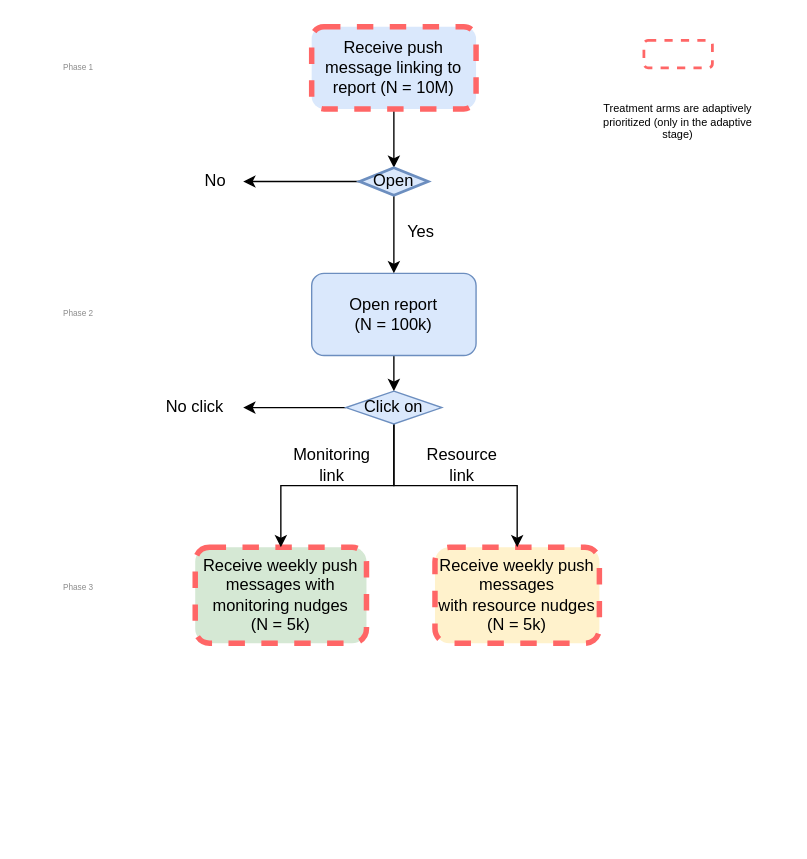
Earlier version of the draw.io diagram parent_nudge_stages.drawio (henrishi/drawio). Source tidied: cells renumbered, new cells numbered last; positions are measured from the earlier drawing's top-left corner, leaving out a move shared by most shapes. Both pictures are drawn from the tidied source at 137%, with x=0, y=0 at pixel (37, 26).
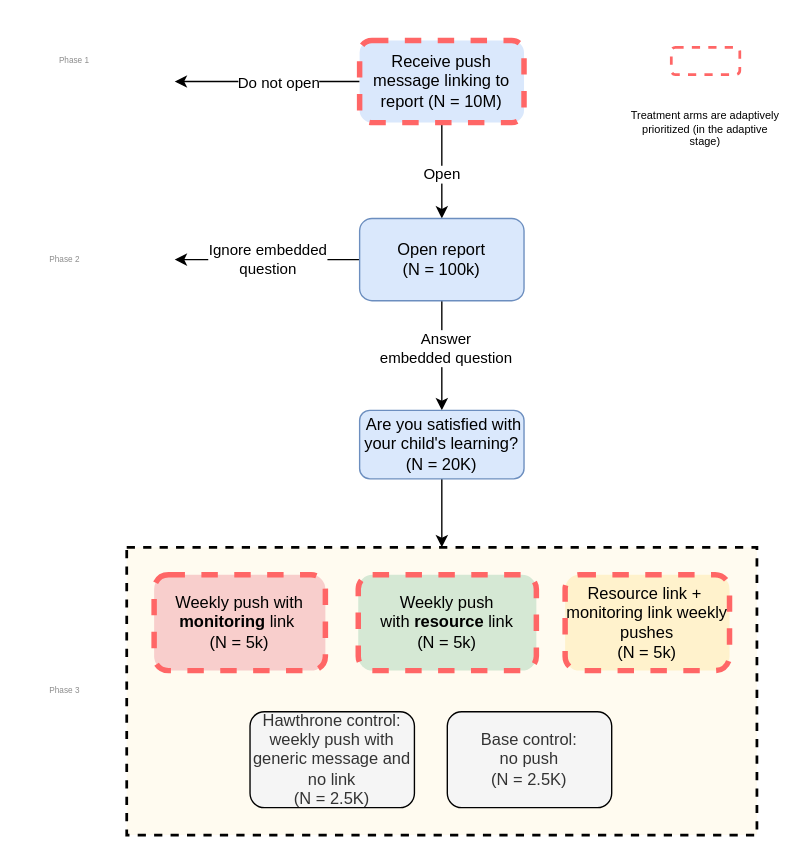
After the change.

What changed in the source:
```diff
@@
-    <mxCell id="2" style="edgeStyle=orthogonalEdgeStyle;rounded=0;jettySize=auto;html=1;exitX=0.5;exitY=1;exitDx=0;exitDy=0;entryX=0.5;entryY=0;entryDx=0;entryDy=0;entryPerimeter=0;" parent="1" edge="1" source="3" target="9">
-      <mxGeometry relative="1" as="geometry" />
-    </mxCell>
+    <mxCell id="25" style="edgeStyle=orthogonalEdgeStyle;rounded=0;jettySize=auto;html=1;entryX=0.5;entryY=0;entryDx=0;entryDy=0;" parent="1" edge="1" source="3" target="5">
+      <mxGeometry relative="1" as="geometry" />
+    </mxCell>
+    <mxCell id="9" value="Open" style="edgeLabel;html=1;align=center;verticalAlign=middle;points=[];" parent="25" vertex="1">
+      <mxGeometry x="0.06" y="-1" relative="1" as="geometry" />
+    </mxCell>
+    <mxCell id="26" style="edgeStyle=orthogonalEdgeStyle;rounded=0;jettySize=auto;html=1;" parent="1" edge="1" source="3">
+      <mxGeometry relative="1" as="geometry">
+        <mxPoint x="100" y="40" as="targetPoint" />
+      </mxGeometry>
+    </mxCell>
+    <mxCell id="27" value="Do not open" style="edgeLabel;html=1;align=center;verticalAlign=middle;" parent="26" vertex="1">
+      <mxGeometry x="-0.12" relative="1" as="geometry" />
+    </mxCell>
     <mxCell id="3" value="Receive push message linking to report (N = 10M)" style="rounded=1;whiteSpace=wrap;html=1;fillColor=#dae8fc;dashed=1;strokeColor=#FF6666;strokeWidth=4;" parent="1" vertex="1">
-      <mxGeometry x="200" width="120" height="60" as="geometry" />
+      <mxGeometry x="235" y="10" width="120" height="60" as="geometry" />
     </mxCell>
-    <mxCell id="4" style="edgeStyle=orthogonalEdgeStyle;rounded=0;jettySize=auto;html=1;exitX=0.5;exitY=1;exitDx=0;exitDy=0;entryX=0.5;entryY=0;entryDx=0;entryDy=0;" parent="1" edge="1" source="5" target="16">
+    <mxCell id="4" style="edgeStyle=orthogonalEdgeStyle;rounded=0;jettySize=auto;html=1;exitX=0.5;exitY=1;exitDx=0;exitDy=0;entryX=0.5;entryY=0;entryDx=0;entryDy=0;" parent="1" edge="1" source="5" target="31">
       <mxGeometry relative="1" as="geometry" />
     </mxCell>
+    <mxCell id="28" value="Answer &lt;br&gt;embedded question" style="edgeLabel;html=1;align=center;verticalAlign=middle;" parent="4" vertex="1">
+      <mxGeometry x="-0.15" y="2" relative="1" as="geometry" />
+    </mxCell>
+    <mxCell id="29" value="Ignore embedded&lt;br&gt;question" style="edgeStyle=orthogonalEdgeStyle;rounded=0;jettySize=auto;html=1;" parent="1" edge="1" source="5">
+      <mxGeometry relative="1" as="geometry">
+        <mxPoint x="100" y="170" as="targetPoint" />
+      </mxGeometry>
+    </mxCell>
     <mxCell id="5" value="Open report&lt;br&gt;(N = 100k)" style="rounded=1;whiteSpace=wrap;html=1;fillColor=#dae8fc;strokeColor=#6c8ebf;" parent="1" vertex="1">
-      <mxGeometry x="200" y="180" width="120" height="60" as="geometry" />
+      <mxGeometry x="235" y="140" width="120" height="60" as="geometry" />
     </mxCell>
-    <mxCell id="6" value="Receive weekly push messages with monitoring nudges &lt;br&gt;(N = 5k)" style="rounded=1;whiteSpace=wrap;html=1;fillColor=#d5e8d4;strokeColor=#FF6666;dashed=1;strokeWidth=4;" parent="1" vertex="1">
-      <mxGeometry x="115" y="380" width="125" height="70" as="geometry" />
-    </mxCell>
-    <mxCell id="7" style="edgeStyle=orthogonalEdgeStyle;rounded=0;jettySize=auto;html=1;exitX=0;exitY=0.5;exitDx=0;exitDy=0;exitPerimeter=0;" parent="1" edge="1" source="9" target="10">
-      <mxGeometry relative="1" as="geometry" />
-    </mxCell>
-    <mxCell id="8" style="edgeStyle=orthogonalEdgeStyle;rounded=0;jettySize=auto;html=1;exitX=0.5;exitY=1;exitDx=0;exitDy=0;exitPerimeter=0;" parent="1" edge="1" source="9" target="5">
-      <mxGeometry relative="1" as="geometry" />
-    </mxCell>
-    <mxCell id="9" value="Open" style="strokeWidth=2;html=1;shape=mxgraph.flowchart.decision;whiteSpace=wrap;fillColor=#dae8fc;strokeColor=#6c8ebf;" parent="1" vertex="1">
-      <mxGeometry x="235" y="103" width="50" height="20" as="geometry" />
-    </mxCell>
-    <mxCell id="10" value="No" style="text;html=1;strokeColor=none;fillColor=none;align=center;verticalAlign=middle;whiteSpace=wrap;rounded=0;" parent="1" vertex="1">
-      <mxGeometry x="110" y="103" width="40" height="20" as="geometry" />
-    </mxCell>
-    <mxCell id="11" value="Yes" style="text;html=1;strokeColor=none;fillColor=none;align=center;verticalAlign=middle;whiteSpace=wrap;rounded=0;" parent="1" vertex="1">
-      <mxGeometry x="260" y="140" width="40" height="20" as="geometry" />
-    </mxCell>
-    <mxCell id="12" value="Receive weekly push messages&lt;br&gt;with resource nudges&lt;br&gt;(N = 5k)" style="rounded=1;whiteSpace=wrap;html=1;fillColor=#fff2cc;strokeColor=#FF6666;dashed=1;strokeWidth=4;" parent="1" vertex="1">
-      <mxGeometry x="290" y="380" width="120" height="70" as="geometry" />
-    </mxCell>
-    <mxCell id="13" style="edgeStyle=orthogonalEdgeStyle;rounded=0;jettySize=auto;html=1;exitX=0.5;exitY=1;exitDx=0;exitDy=0;entryX=0.5;entryY=0;entryDx=0;entryDy=0;" parent="1" edge="1" source="16" target="6">
-      <mxGeometry relative="1" as="geometry" />
-    </mxCell>
-    <mxCell id="14" style="edgeStyle=orthogonalEdgeStyle;rounded=0;jettySize=auto;html=1;exitX=0.5;exitY=1;exitDx=0;exitDy=0;entryX=0.5;entryY=0;entryDx=0;entryDy=0;" parent="1" edge="1" source="16" target="12">
-      <mxGeometry relative="1" as="geometry" />
-    </mxCell>
-    <mxCell id="15" style="edgeStyle=orthogonalEdgeStyle;rounded=0;jettySize=auto;html=1;exitX=0;exitY=0.5;exitDx=0;exitDy=0;entryX=1;entryY=0.5;entryDx=0;entryDy=0;" parent="1" edge="1" source="16" target="19">
-      <mxGeometry relative="1" as="geometry" />
-    </mxCell>
-    <mxCell id="16" value="Click on" style="rhombus;whiteSpace=wrap;html=1;fillColor=#dae8fc;strokeColor=#6c8ebf;" parent="1" vertex="1">
-      <mxGeometry x="225" y="266" width="70" height="24" as="geometry" />
-    </mxCell>
-    <mxCell id="17" value="Monitoring link" style="text;html=1;strokeColor=none;fillColor=none;align=center;verticalAlign=middle;whiteSpace=wrap;rounded=0;" parent="1" vertex="1">
-      <mxGeometry x="195" y="310" width="40" height="20" as="geometry" />
-    </mxCell>
-    <mxCell id="18" value="Resource link" style="text;html=1;strokeColor=none;fillColor=none;align=center;verticalAlign=middle;whiteSpace=wrap;rounded=0;" parent="1" vertex="1">
-      <mxGeometry x="290" y="310" width="40" height="20" as="geometry" />
-    </mxCell>
-    <mxCell id="19" value="No click" style="text;html=1;strokeColor=none;fillColor=none;align=center;verticalAlign=middle;whiteSpace=wrap;rounded=0;" parent="1" vertex="1">
-      <mxGeometry x="80" y="268" width="70" height="20" as="geometry" />
-    </mxCell>
     <mxCell id="20" style="rounded=1;whiteSpace=wrap;html=1;dashed=1;strokeColor=#FF6666;strokeWidth=2;" parent="1" vertex="1">
-      <mxGeometry x="442.5" y="10" width="50" height="20" as="geometry" />
+      <mxGeometry x="462.5" y="15" width="50" height="20" as="geometry" />
     </mxCell>
-    <mxCell id="21" value="&lt;font style=&quot;font-size: 8px&quot;&gt;Treatment arms are adaptively prioritized (only in the adaptive stage)&lt;/font&gt;" style="text;html=1;strokeColor=none;fillColor=none;align=center;verticalAlign=middle;whiteSpace=wrap;rounded=0;dashed=1;fontSize=6;" parent="1" vertex="1">
-      <mxGeometry x="410" y="60" width="115" height="20" as="geometry" />
+    <mxCell id="21" value="&lt;font style=&quot;font-size: 8px&quot;&gt;Treatment arms are adaptively prioritized (in the adaptive stage)&lt;/font&gt;" style="text;html=1;strokeColor=none;fillColor=none;align=center;verticalAlign=middle;whiteSpace=wrap;rounded=0;dashed=1;fontSize=6;" parent="1" vertex="1">
+      <mxGeometry x="430" y="65" width="115" height="20" as="geometry" />
     </mxCell>
     <mxCell id="22" value="Phase 1" style="text;html=1;strokeColor=none;fillColor=none;align=center;verticalAlign=middle;whiteSpace=wrap;rounded=0;dashed=1;fontSize=6;fontColor=#8C8C8C;" parent="1" vertex="1">
-      <mxGeometry y="20" width="60" height="20" as="geometry" />
+      <mxGeometry x="-3" y="15" width="60" height="20" as="geometry" />
     </mxCell>
     <mxCell id="23" value="Phase 2" style="text;html=1;strokeColor=none;fillColor=none;align=center;verticalAlign=middle;whiteSpace=wrap;rounded=0;dashed=1;fontSize=6;fontColor=#8C8C8C;" parent="1" vertex="1">
-      <mxGeometry y="200" width="60" height="20" as="geometry" />
+      <mxGeometry x="-10" y="160" width="60" height="20" as="geometry" />
     </mxCell>
     <mxCell id="24" value="Phase 3" style="text;html=1;strokeColor=none;fillColor=none;align=center;verticalAlign=middle;whiteSpace=wrap;rounded=0;dashed=1;fontSize=6;fontColor=#8C8C8C;" parent="1" vertex="1">
-      <mxGeometry y="400" width="60" height="20" as="geometry" />
+      <mxGeometry x="-10" y="475" width="60" height="20" as="geometry" />
     </mxCell>
+    <mxCell id="30" style="edgeStyle=orthogonalEdgeStyle;rounded=0;jettySize=auto;html=1;exitX=0.5;exitY=1;exitDx=0;exitDy=0;entryX=0.5;entryY=0;entryDx=0;entryDy=0;" parent="1" edge="1" source="31" target="33">
+      <mxGeometry relative="1" as="geometry" />
+    </mxCell>
+    <mxCell id="31" value="&lt;span&gt;&amp;nbsp;Are you satisfied with your child's learning? (N = 20K)&lt;/span&gt;" style="rounded=1;whiteSpace=wrap;html=1;fillColor=#dae8fc;strokeColor=#6c8ebf;" parent="1" vertex="1">
+      <mxGeometry x="235" y="280" width="120" height="50" as="geometry" />
+    </mxCell>
+    <mxCell id="32" style="group;" parent="1" vertex="1">
+      <mxGeometry x="65" y="380" width="460" height="210" as="geometry" />
+    </mxCell>
+    <mxCell id="33" style="rounded=0;whiteSpace=wrap;html=1;strokeColor=#000000;strokeWidth=2;dashed=1;fillColor=#FFFBF0;" parent="32" vertex="1">
+      <mxGeometry width="460" height="210" as="geometry" />
+    </mxCell>
+    <mxCell id="6" value="Weekly push with &lt;b&gt;monitoring&lt;/b&gt; link&amp;nbsp;&lt;br&gt;(N = 5k)" style="rounded=1;whiteSpace=wrap;html=1;fillColor=#f8cecc;dashed=1;strokeWidth=4;strokeColor=#FF6666;" parent="32" vertex="1">
+      <mxGeometry x="20" y="20" width="125" height="70" as="geometry" />
+    </mxCell>
+    <mxCell id="12" value="Weekly push&lt;br&gt;with &lt;b&gt;resource&lt;/b&gt; link&lt;br&gt;(N = 5k)" style="rounded=1;whiteSpace=wrap;html=1;fillColor=#d5e8d4;dashed=1;strokeWidth=4;strokeColor=#FF6666;" parent="32" vertex="1">
+      <mxGeometry x="169" y="20" width="130" height="70" as="geometry" />
+    </mxCell>
+    <mxCell id="34" value="Resource link +&amp;nbsp; monitoring link weekly pushes&lt;br&gt;(N = 5k)" style="rounded=1;whiteSpace=wrap;html=1;fillColor=#fff2cc;strokeColor=#FF6666;dashed=1;strokeWidth=4;" parent="32" vertex="1">
+      <mxGeometry x="320" y="20" width="120" height="70" as="geometry" />
+    </mxCell>
+    <mxCell id="35" value="Hawthrone control:&lt;br&gt;weekly push with generic message and no link&lt;br&gt;(N = 2.5K)" style="rounded=1;whiteSpace=wrap;html=1;strokeWidth=1;fillColor=#f5f5f5;fontColor=#333333;" parent="32" vertex="1">
+      <mxGeometry x="90" y="120" width="120" height="70" as="geometry" />
+    </mxCell>
+    <mxCell id="36" value="Base control:&lt;br&gt;no push&lt;br&gt;(N = 2.5K)" style="rounded=1;whiteSpace=wrap;html=1;fillColor=#f5f5f5;strokeWidth=1;fontColor=#333333;" parent="32" vertex="1">
+      <mxGeometry x="234" y="120" width="120" height="70" as="geometry" />
+    </mxCell>
```
